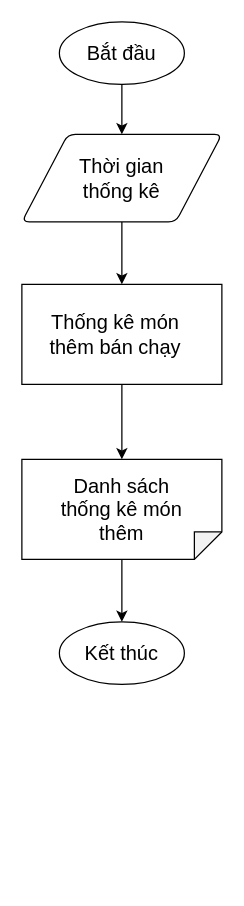
hungtadasuke/CoffeShop_SoftwareTechnology keeps this draw.io diagram as BRD & PRD/PRD/Drawio/Statistic.drawio. Above is the earlier version. Source tidied: cells renumbered, new cells numbered last; positions are measured from the earlier drawing's top-left corner, leaving out a move shared by most shapes. Both pictures are drawn from the tidied source at 125%, with x=0, y=0 at pixel (21, 21).
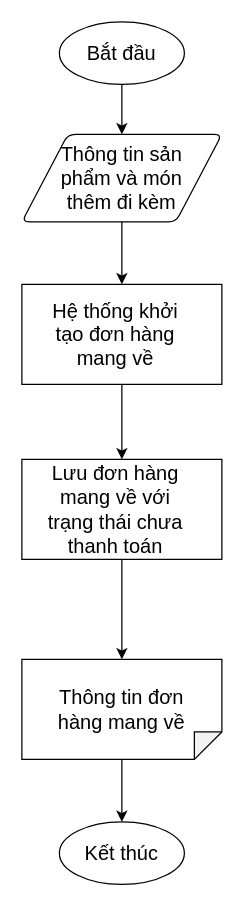
The same page after the edit.

Diff of the diagram source:
```diff
@@
-    <mxCell id="6" value="Thời gian thống kê" style="text;html=1;strokeColor=none;fillColor=none;align=center;verticalAlign=middle;whiteSpace=wrap;rounded=0;fontSize=16;fontStyle=0;strokeWidth=1;" parent="1" vertex="1">
+    <mxCell id="6" value="Thông tin sản phẩm và món thêm đi kèm" style="text;html=1;strokeColor=none;fillColor=none;align=center;verticalAlign=middle;whiteSpace=wrap;rounded=0;fontSize=16;fontStyle=0;strokeWidth=1;" parent="1" vertex="1">
       <mxGeometry x="30" y="110" width="100" height="30" as="geometry" />
     </mxCell>
@@
-    <mxCell id="9" value="Thống kê món thêm bán chạy" style="text;html=1;strokeColor=none;fillColor=none;align=center;verticalAlign=middle;whiteSpace=wrap;rounded=0;fontSize=16;fontStyle=0;strokeWidth=1;" parent="1" vertex="1">
+    <mxCell id="9" value="Hệ thống khởi tạo đơn hàng mang về" style="text;html=1;strokeColor=none;fillColor=none;align=center;verticalAlign=middle;whiteSpace=wrap;rounded=0;fontSize=16;fontStyle=0;strokeWidth=1;" parent="1" vertex="1">
       <mxGeometry x="15" y="235" width="120" height="30" as="geometry" />
     </mxCell>
@@
     <mxCell id="11" style="endArrow=classic;html=1;rounded=0;fontSize=16;strokeWidth=1;exitX=1;exitY=0.5;exitDx=0;exitDy=0;exitPerimeter=0;" parent="1" edge="1" source="14">
       <mxGeometry relative="1" as="geometry">
-        <mxPoint x="80" y="480" as="targetPoint" />
+        <mxPoint x="80" y="640" as="targetPoint" />
       </mxGeometry>
     </mxCell>
     <mxCell id="12" style="strokeWidth=1;html=1;shape=mxgraph.flowchart.start_1;whiteSpace=wrap;fontStyle=0;fontSize=16;" parent="1" vertex="1">
-      <mxGeometry x="30" y="480" width="100" height="50" as="geometry" />
+      <mxGeometry x="30" y="640" width="100" height="50" as="geometry" />
     </mxCell>
     <mxCell id="13" value="&lt;span style=&quot;font-size: 16px&quot;&gt;&lt;font style=&quot;font-size: 16px&quot;&gt;Kết thúc&lt;/font&gt;&lt;/span&gt;" style="text;html=1;strokeColor=none;fillColor=none;align=center;verticalAlign=middle;whiteSpace=wrap;rounded=0;strokeWidth=1;fontStyle=0;fontSize=16;" parent="1" vertex="1">
-      <mxGeometry x="45" y="490" width="70" height="30" as="geometry" />
+      <mxGeometry x="45" y="650" width="70" height="30" as="geometry" />
     </mxCell>
     <mxCell id="14" style="shape=note;whiteSpace=wrap;html=1;backgroundOutline=1;darkOpacity=0.05;fontSize=16;strokeWidth=1;rotation=90;size=22;" parent="1" vertex="1">
-      <mxGeometry x="40" y="310" width="80" height="160" as="geometry" />
+      <mxGeometry x="40" y="470" width="80" height="160" as="geometry" />
     </mxCell>
-    <mxCell id="15" value="&lt;span style=&quot;font-size: 16px ; background-color: rgb(255 , 255 , 255)&quot;&gt;Danh sách thống kê món thêm&lt;/span&gt;" style="text;html=1;strokeColor=none;fillColor=none;align=center;verticalAlign=middle;whiteSpace=wrap;rounded=0;" parent="1" vertex="1">
-      <mxGeometry x="20" y="375" width="120" height="30" as="geometry" />
+    <mxCell id="15" value="&lt;span style=&quot;font-size: 16px ; background-color: rgb(255 , 255 , 255)&quot;&gt;Thông tin đơn hàng mang về&lt;/span&gt;" style="text;html=1;strokeColor=none;fillColor=none;align=center;verticalAlign=middle;whiteSpace=wrap;rounded=0;" parent="1" vertex="1">
+      <mxGeometry x="20" y="535" width="120" height="30" as="geometry" />
     </mxCell>
+    <mxCell id="16" style="rounded=0;whiteSpace=wrap;html=1;fontSize=16;strokeWidth=1;" parent="1" vertex="1">
+      <mxGeometry y="350" width="160" height="80" as="geometry" />
+    </mxCell>
+    <mxCell id="17" value="Lưu đơn hàng mang về với trạng thái chưa thanh toán" style="text;html=1;strokeColor=none;fillColor=none;align=center;verticalAlign=middle;whiteSpace=wrap;rounded=0;fontSize=16;fontStyle=0;strokeWidth=1;" parent="1" vertex="1">
+      <mxGeometry x="15" y="375" width="120" height="30" as="geometry" />
+    </mxCell>
+    <mxCell id="18" style="endArrow=classic;html=1;rounded=0;exitX=0.5;exitY=1;exitDx=0;exitDy=0;entryX=0;entryY=0.5;entryDx=0;entryDy=0;entryPerimeter=0;" parent="1" edge="1" source="16" target="14">
+      <mxGeometry relative="1" as="geometry" />
+    </mxCell>
```
